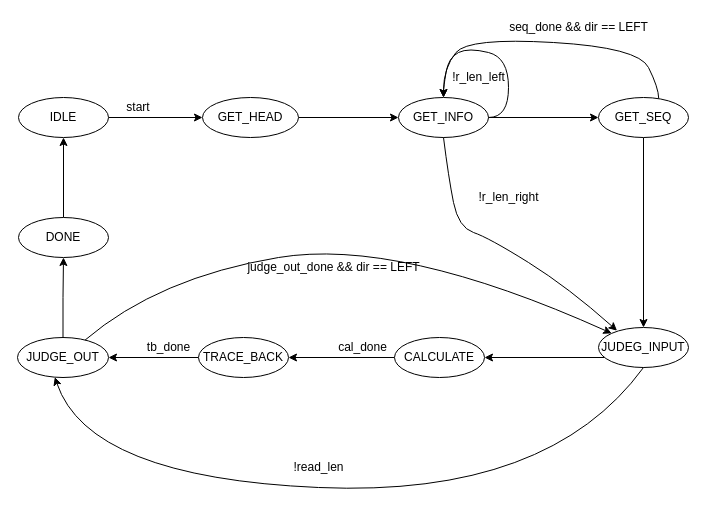
Before: page "save_send" (10 of 21) of FPGA_output.drawio in muguang123/drwaio, a draw.io diagram. Source tidied: cells renumbered, new cells numbered last; positions are measured from the earlier drawing's top-left corner, leaving out a move shared by most shapes. Both pictures are drawn from the tidied source at 100%, with x=0, y=0 at pixel (17, 17).
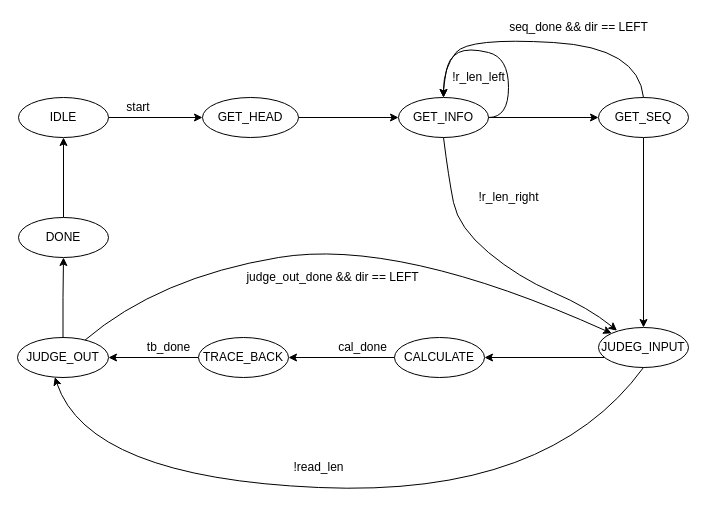
The same diagram, later.

The change refers to these unchanged cells:
```xml
<mxCell id="7" value="GET_INFO" style="ellipse;whiteSpace=wrap;html=1;" parent="1" vertex="1">
  <mxGeometry x="381" y="80" width="90" height="40" as="geometry" />
</mxCell>
<mxCell id="9" value="GET_SEQ" style="ellipse;whiteSpace=wrap;html=1;" parent="1" vertex="1">
  <mxGeometry x="581" y="80" width="90" height="40" as="geometry" />
</mxCell>
<mxCell id="11" value="JUDEG_INPUT" style="ellipse;whiteSpace=wrap;html=1;" parent="1" vertex="1">
  <mxGeometry x="581" y="310" width="90" height="40" as="geometry" />
</mxCell>
```

Change to the diagram source:
```diff
@@
     <mxCell id="22" value="judge_out_done &amp;amp;&amp;amp; dir == LEFT" style="text;html=1;align=center;verticalAlign=middle;" parent="1" vertex="1">
-      <mxGeometry x="221" y="240" width="190" height="20" as="geometry" />
+      <mxGeometry x="220" y="250" width="190" height="20" as="geometry" />
     </mxCell>
     <mxCell id="23" style="curved=1;endArrow=classic;html=1;entryX=0.206;entryY=0.079;entryDx=0;entryDy=0;exitX=0.5;exitY=1;exitDx=0;exitDy=0;entryPerimeter=0;" parent="1" edge="1" source="7" target="11">
       <mxGeometry relative="1" as="geometry">
         <Array as="points">
           <mxPoint x="431" y="160" />
           <mxPoint x="441" y="210" />
-          <mxPoint x="471" y="220" />
-          <mxPoint x="551" y="270" />
+          <mxPoint x="501" y="260" />
+          <mxPoint x="571" y="290" />
         </Array>
       </mxGeometry>
     </mxCell>
@@
-    <mxCell id="27" style="curved=1;endArrow=classic;html=1;entryX=0.5;entryY=0;entryDx=0;entryDy=0;exitX=0.669;exitY=0.022;exitDx=0;exitDy=0;exitPerimeter=0;" parent="1" edge="1" source="9" target="7">
+    <mxCell id="27" style="curved=1;endArrow=classic;html=1;entryX=0.5;entryY=0;entryDx=0;entryDy=0;exitX=0.5;exitY=0;exitDx=0;exitDy=0;" parent="1" edge="1" source="9" target="7">
       <mxGeometry relative="1" as="geometry">
         <Array as="points">
-          <mxPoint x="641" y="70" />
           <mxPoint x="621" y="30" />
           <mxPoint x="451" y="20" />
           <mxPoint x="426" y="50" />
         </Array>
       </mxGeometry>
     </mxCell>
```
